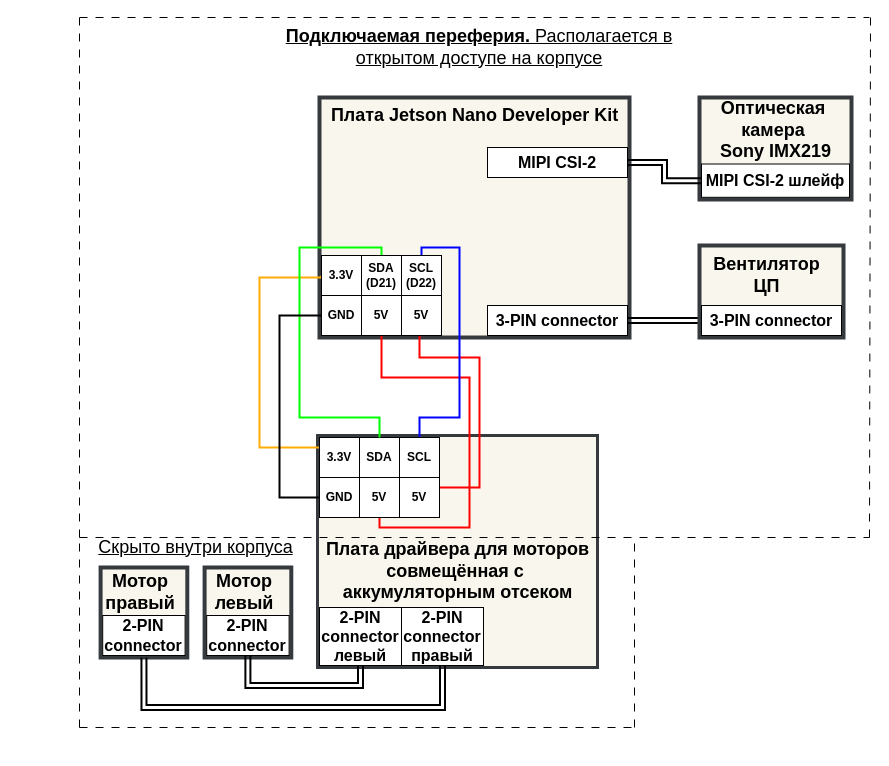
Before: docs/Схемы/Монтажная_схема_jetbot_ориг.drawio in traptron/ZERO-Jetbot, a draw.io diagram. Source tidied: cells renumbered, new cells numbered last; positions are measured from the earlier drawing's top-left corner, leaving out a move shared by most shapes. Both pictures are drawn from the tidied source at 100%, with x=0, y=0 at pixel (17, 17).
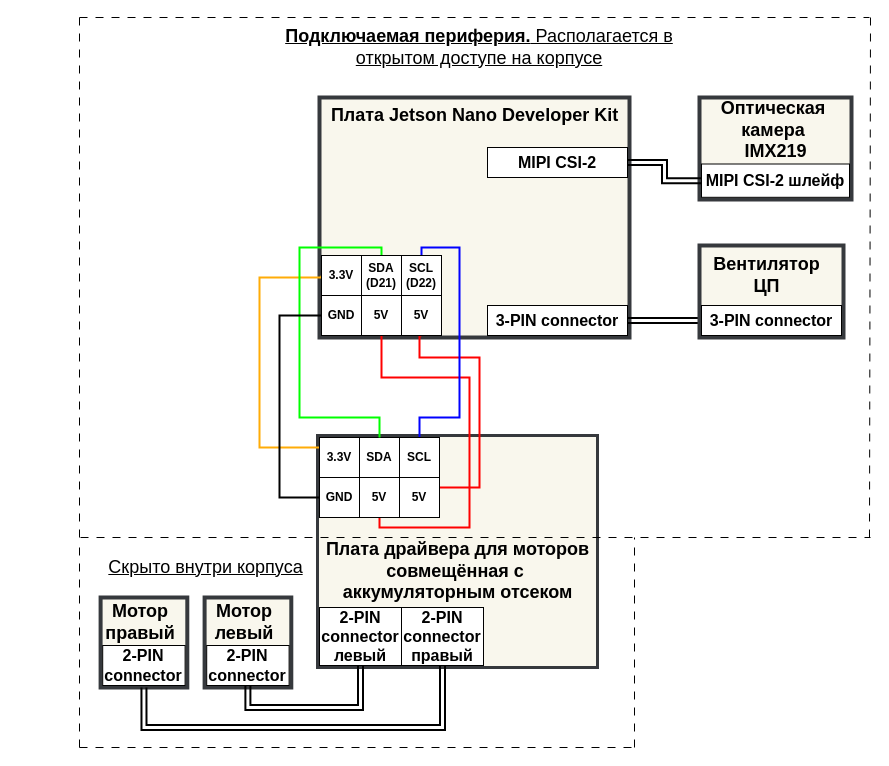
The same diagram, later.

The change refers to these unchanged cells:
```xml
<mxCell id="23" style="rounded=0;whiteSpace=wrap;html=1;strokeWidth=4;fillColor=#f9f7ed;strokeColor=#36393d;" parent="22" vertex="1">
  <mxGeometry x="3.1" width="86.7" height="90" as="geometry" />
</mxCell>
<mxCell id="30" value="&lt;b&gt;&lt;font style=&quot;font-size: 16px;&quot;&gt;2-PIN connector левый&lt;/font&gt;&lt;/b&gt;" style="rounded=0;whiteSpace=wrap;html=1;" parent="1" vertex="1">
  <mxGeometry x="302" y="590" width="82" height="58" as="geometry" />
</mxCell>
<mxCell id="31" value="&lt;b&gt;&lt;font style=&quot;font-size: 16px;&quot;&gt;2-PIN connector правый&lt;/font&gt;&lt;/b&gt;" style="rounded=0;whiteSpace=wrap;html=1;" parent="1" vertex="1">
  <mxGeometry x="384" y="590" width="82" height="58" as="geometry" />
</mxCell>
<mxCell id="46" value="&lt;b&gt;&lt;font style=&quot;font-size: 16px;&quot;&gt;2-PIN connector&lt;/font&gt;&lt;/b&gt;" style="rounded=0;whiteSpace=wrap;html=1;" parent="43" vertex="1">
  <mxGeometry x="5.2" y="48" width="82.4" height="40" as="geometry" />
</mxCell>
<mxCell id="52" style="group;" parent="1" vertex="1">
  <mxGeometry x="682" y="80" width="167" height="102" as="geometry" />
</mxCell>
```

What changed in the source:
```diff
@@
     <mxCell id="22" style="group;" parent="1" vertex="1">
-      <mxGeometry x="80" y="550" width="98" height="90" as="geometry" />
+      <mxGeometry x="80" y="580" width="98" height="90" as="geometry" />
     </mxCell>
@@
     <mxCell id="32" style="edgeStyle=orthogonalEdgeStyle;rounded=0;jettySize=auto;html=1;shape=link;strokeWidth=2;exitX=0.5;exitY=1;exitDx=0;exitDy=0;entryX=0.5;entryY=1;entryDx=0;entryDy=0;" parent="1" edge="1" source="23" target="31">
       <mxGeometry relative="1" as="geometry">
         <Array as="points">
-          <mxPoint x="126" y="690" />
-          <mxPoint x="425" y="690" />
+          <mxPoint x="126" y="710" />
+          <mxPoint x="425" y="710" />
         </Array>
       </mxGeometry>
     </mxCell>
@@
     <mxCell id="37" value="&lt;font style=&quot;font-size: 18px;&quot;&gt;&lt;u&gt;Скрыто внутри корпуса&lt;/u&gt;&lt;/font&gt;" style="text;html=1;align=center;verticalAlign=middle;whiteSpace=wrap;rounded=0;" parent="1" vertex="1">
-      <mxGeometry y="500" width="356.5" height="60" as="geometry" />
+      <mxGeometry x="75.5" y="520" width="224.5" height="60" as="geometry" />
     </mxCell>
-    <mxCell id="38" value="&lt;font style=&quot;font-size: 18px;&quot;&gt;&lt;u&gt;&lt;b&gt;Подключаемая переферия.&lt;/b&gt; Располагается в открытом доступе на корпусе&lt;/u&gt;&lt;/font&gt;" style="text;html=1;align=center;verticalAlign=middle;whiteSpace=wrap;rounded=0;" parent="1" vertex="1">
+    <mxCell id="38" value="&lt;font style=&quot;font-size: 18px;&quot;&gt;&lt;u&gt;&lt;b&gt;Подключаемая периферия.&lt;/b&gt; Располагается в открытом доступе на корпусе&lt;/u&gt;&lt;/font&gt;" style="text;html=1;align=center;verticalAlign=middle;whiteSpace=wrap;rounded=0;" parent="1" vertex="1">
       <mxGeometry x="262" width="400" height="60" as="geometry" />
     </mxCell>
     <mxCell id="39" style="endArrow=none;dashed=1;html=1;dashPattern=8 8;strokeWidth=1;rounded=0;" parent="1" edge="1">
       <mxGeometry relative="1" as="geometry">
-        <mxPoint x="617" y="710" as="sourcePoint" />
+        <mxPoint x="617" y="730" as="sourcePoint" />
         <mxPoint x="617" y="520" as="targetPoint" />
       </mxGeometry>
     </mxCell>
     <mxCell id="40" style="endArrow=none;dashed=1;html=1;dashPattern=8 8;strokeWidth=1;rounded=0;" parent="1" edge="1">
       <mxGeometry relative="1" as="geometry">
-        <mxPoint x="62" y="710" as="sourcePoint" />
-        <mxPoint x="617" y="710" as="targetPoint" />
+        <mxPoint x="62" y="730" as="sourcePoint" />
+        <mxPoint x="617" y="730" as="targetPoint" />
       </mxGeometry>
     </mxCell>
     <mxCell id="41" style="endArrow=none;dashed=1;html=1;dashPattern=8 8;strokeWidth=1;rounded=0;" parent="1" edge="1">
       <mxGeometry relative="1" as="geometry">
-        <mxPoint x="62" y="710" as="sourcePoint" />
-        <mxPoint x="62" y="520" as="targetPoint" />
+        <mxPoint x="62" y="730" as="sourcePoint" />
+        <mxPoint x="62" y="524" as="targetPoint" />
       </mxGeometry>
     </mxCell>
     <mxCell id="42" style="endArrow=none;dashed=1;html=1;dashPattern=8 8;strokeWidth=1;rounded=0;" parent="1" edge="1">
       <mxGeometry relative="1" as="geometry">
-        <mxPoint x="62" y="520" as="sourcePoint" />
-        <mxPoint x="852" y="520" as="targetPoint" />
+        <mxPoint x="63" y="520" as="sourcePoint" />
+        <mxPoint x="853" y="520" as="targetPoint" />
       </mxGeometry>
     </mxCell>
     <mxCell id="43" style="group;" parent="1" vertex="1">
-      <mxGeometry x="184" y="550" width="98" height="90" as="geometry" />
+      <mxGeometry x="184" y="580" width="98" height="90" as="geometry" />
     </mxCell>
@@
     <mxCell id="47" style="edgeStyle=orthogonalEdgeStyle;rounded=0;jettySize=auto;html=1;entryX=0.5;entryY=1;entryDx=0;entryDy=0;shape=link;strokeWidth=2;" parent="1" edge="1" source="46" target="30">
       <mxGeometry relative="1" as="geometry">
         <Array as="points">
-          <mxPoint x="230" y="668" />
-          <mxPoint x="343" y="668" />
+          <mxPoint x="230" y="690" />
+          <mxPoint x="343" y="690" />
         </Array>
       </mxGeometry>
     </mxCell>
@@
-    <mxCell id="54" value="&lt;span style=&quot;font-size: 18px;&quot;&gt;&lt;b&gt;Оптическая&amp;nbsp;&lt;/b&gt;&lt;/span&gt;&lt;div&gt;&lt;b style=&quot;font-size: 18px; background-color: transparent; color: light-dark(rgb(0, 0, 0), rgb(255, 255, 255));&quot;&gt;камера&amp;nbsp;&lt;/b&gt;&lt;div&gt;&lt;span style=&quot;font-size: 18px;&quot;&gt;&lt;b&gt;Sony IMX219&lt;/b&gt;&lt;/span&gt;&lt;/div&gt;&lt;/div&gt;" style="text;html=1;align=center;verticalAlign=middle;strokeColor=none;fillColor=none;" parent="52" vertex="1">
+    <mxCell id="54" value="&lt;span style=&quot;font-size: 18px;&quot;&gt;&lt;b&gt;Оптическая&amp;nbsp;&lt;/b&gt;&lt;/span&gt;&lt;div&gt;&lt;b style=&quot;font-size: 18px; background-color: transparent; color: light-dark(rgb(0, 0, 0), rgb(255, 255, 255));&quot;&gt;камера&amp;nbsp;&lt;/b&gt;&lt;div&gt;&lt;b style=&quot;font-size: 18px; background-color: transparent; color: light-dark(rgb(0, 0, 0), rgb(255, 255, 255));&quot;&gt;IMX219&lt;/b&gt;&lt;/div&gt;&lt;/div&gt;" style="text;html=1;align=center;verticalAlign=middle;strokeColor=none;fillColor=none;" parent="52" vertex="1">
       <mxGeometry x="11" y="-7" width="130" height="80" as="geometry" />
     </mxCell>
```
